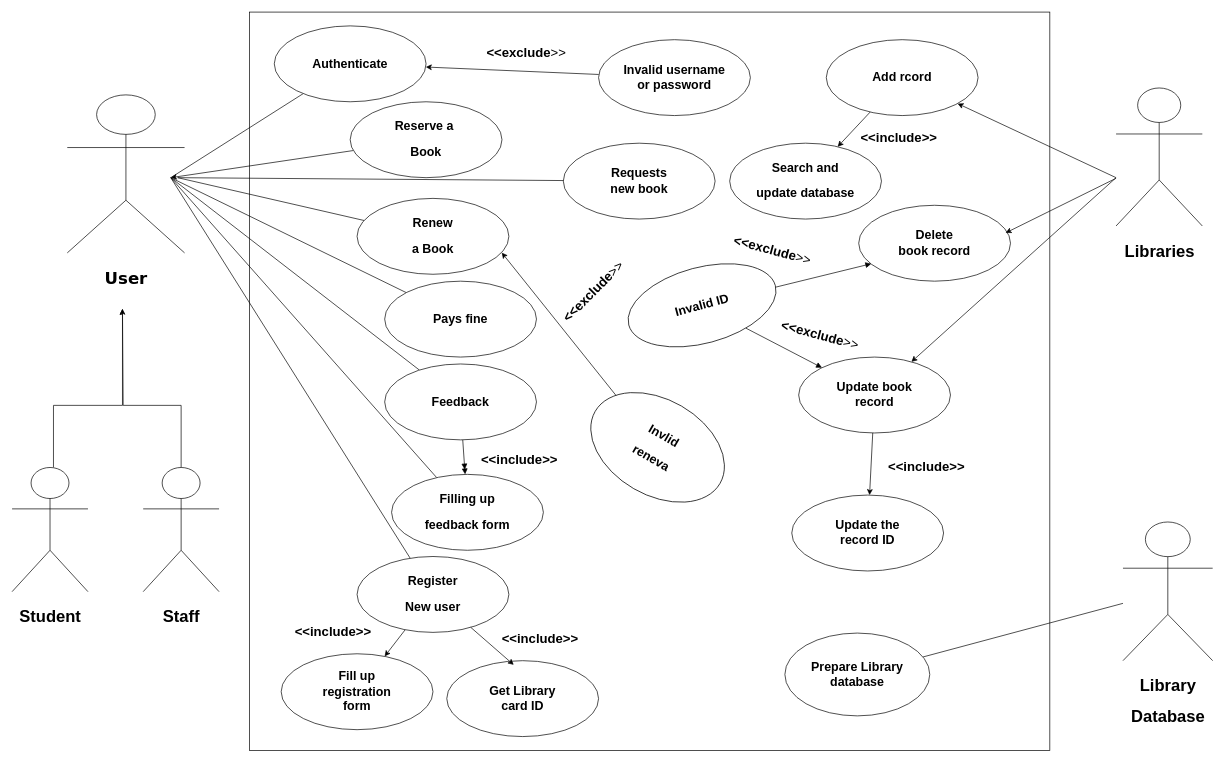
Above: Library managment syatem.drawio in Nikunjdhakad/Draw.io (draw.io), before the change. Source tidied: cells renumbered, new cells numbered last; positions are measured from the earlier drawing's top-left corner, leaving out a move shared by most shapes. Both pictures are drawn from the tidied source at 69%, with x=0, y=0 at pixel (12, 12).
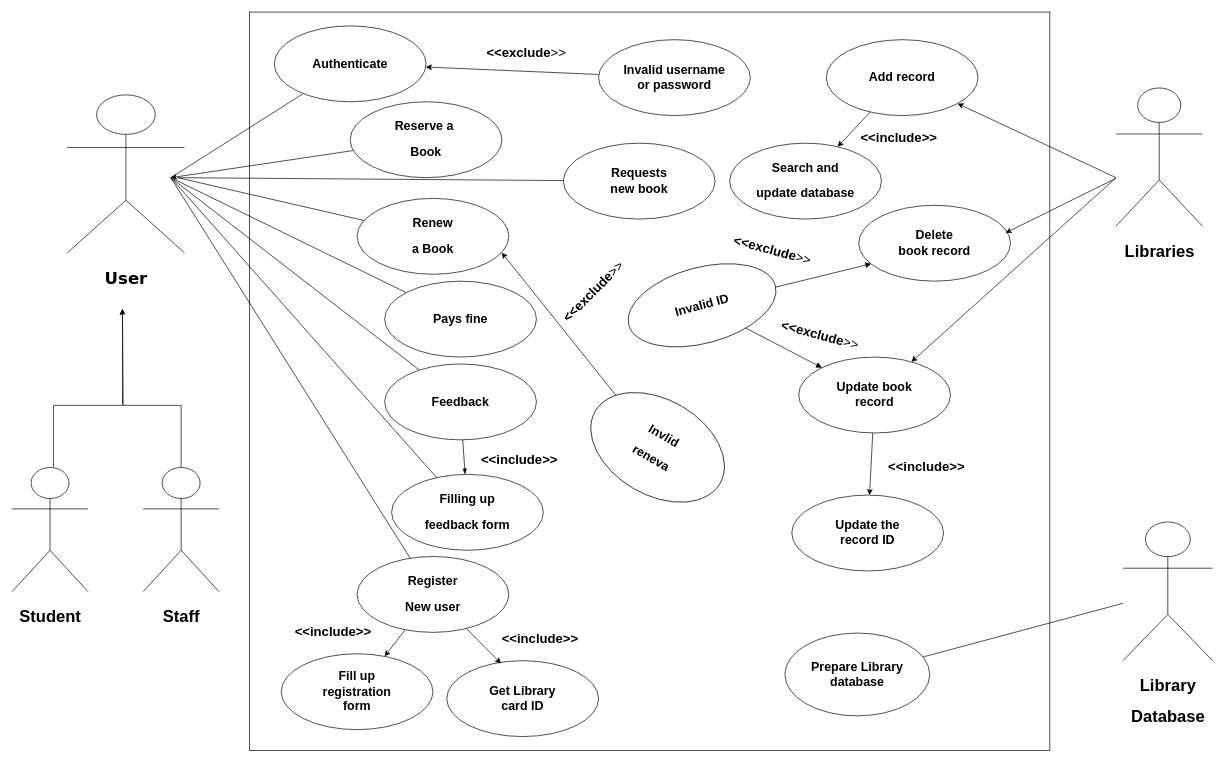
The same page after the edit.

Unchanged cells that the change refers to:
```xml
<mxCell id="17" value="&lt;h2&gt;Feedback&lt;/h2&gt;" style="ellipse;whiteSpace=wrap;html=1;" parent="1" vertex="1">
  <mxGeometry x="540" y="510" width="220" height="110" as="geometry" />
</mxCell>
<mxCell id="19" value="&lt;h2&gt;Filling up&lt;/h2&gt;&lt;h2&gt;feedback form&lt;/h2&gt;" style="ellipse;whiteSpace=wrap;html=1;" parent="1" vertex="1">
  <mxGeometry x="550" y="670" width="220" height="110" as="geometry" />
</mxCell>
<mxCell id="22" value="&lt;h2&gt;Register&lt;/h2&gt;&lt;h2&gt;New user&lt;/h2&gt;" style="ellipse;whiteSpace=wrap;html=1;" parent="1" vertex="1">
  <mxGeometry x="500" y="789" width="220" height="110" as="geometry" />
</mxCell>
<mxCell id="23" value="&lt;h2&gt;Get Library&lt;br&gt;card ID&lt;/h2&gt;" style="ellipse;whiteSpace=wrap;html=1;" parent="1" vertex="1">
  <mxGeometry x="630" y="940" width="220" height="110" as="geometry" />
</mxCell>
```

Diff of the diagram source:
```diff
@@
-    <mxCell id="16" style="rounded=0;jettySize=auto;html=1;endArrow=doubleBlock;endFill=1;" parent="1" edge="1" source="17" target="19">
+    <mxCell id="16" style="rounded=0;jettySize=auto;html=1;endArrow=blockThin;endFill=1;" parent="1" edge="1" source="17" target="19">
       <mxGeometry relative="1" as="geometry" />
     </mxCell>
@@
-    <mxCell id="38" value="&lt;h2&gt;Add rcord&lt;/h2&gt;" style="ellipse;whiteSpace=wrap;html=1;" parent="1" vertex="1">
+    <mxCell id="38" value="&lt;h2&gt;Add record&lt;/h2&gt;" style="ellipse;whiteSpace=wrap;html=1;" parent="1" vertex="1">
       <mxGeometry x="1180" y="40" width="220" height="110" as="geometry" />
     </mxCell>
@@
-    <mxCell id="46" style="rounded=0;jettySize=auto;html=1;entryX=0.441;entryY=0.055;entryDx=0;entryDy=0;entryPerimeter=0;" parent="1" edge="1" source="22" target="23">
+    <mxCell id="46" style="rounded=0;jettySize=auto;html=1;entryX=0.357;entryY=0.037;entryDx=0;entryDy=0;entryPerimeter=0;" parent="1" edge="1" source="22" target="23">
       <mxGeometry relative="1" as="geometry" />
     </mxCell>
@@
     <mxCell id="51" value="&lt;h1&gt;&lt;font style=&quot;font-size: 19px;&quot;&gt;&amp;lt;&amp;lt;include&amp;gt;&amp;gt;&lt;/font&gt;&lt;/h1&gt;" style="text;html=1;align=center;" parent="1" vertex="1">
-      <mxGeometry x="580" y="610" width="310" height="60" as="geometry" />
+      <mxGeometry x="580" y="610" width="310" height="70" as="geometry" />
     </mxCell>
```
